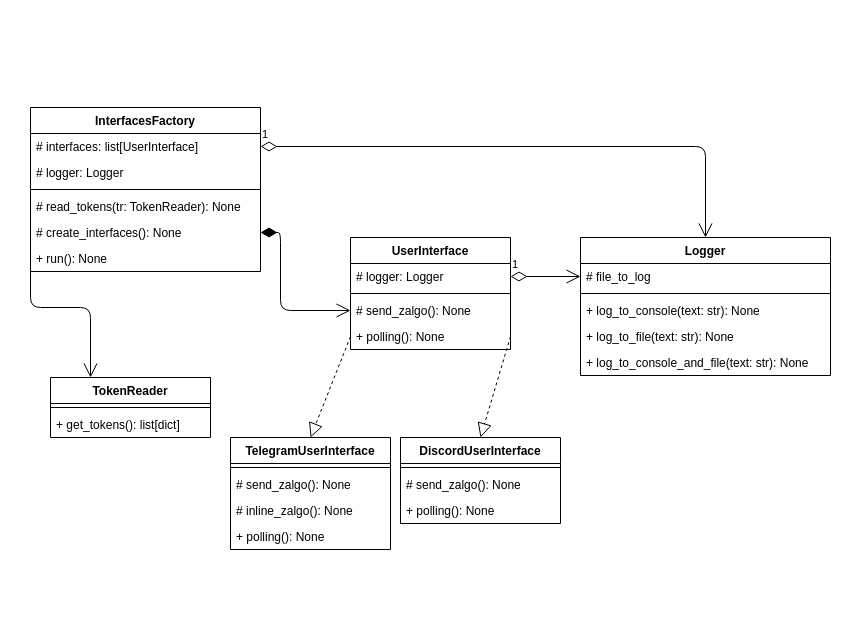
This is modeling.drawio from artm04/zalgo-bots, a draw.io file, before an edit. Source tidied: cells renumbered, new cells numbered last; positions are measured from the earlier drawing's top-left corner, leaving out a move shared by most shapes. Both pictures are drawn from the tidied source at 100%, with x=0, y=0 at pixel (30, 107).
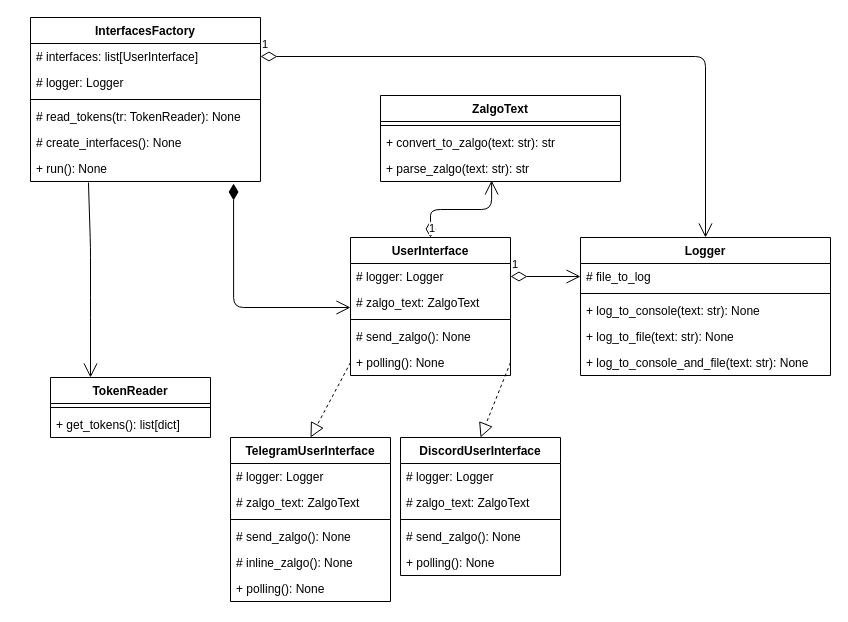
Above is the later version.

Commit message:
Added ZalgoText to modelling

Unchanged cells that the change refers to:
```xml
<mxCell id="7" value="# create_interfaces(): None" style="text;strokeColor=none;fillColor=none;align=left;verticalAlign=top;spacingLeft=4;spacingRight=4;overflow=hidden;points=[[0,0.5],[1,0.5]];portConstraint=eastwest;" parent="2" vertex="1">
  <mxGeometry y="112" width="230" height="26" as="geometry" />
</mxCell>
<mxCell id="8" value="+ run(): None" style="text;strokeColor=none;fillColor=none;align=left;verticalAlign=top;spacingLeft=4;spacingRight=4;overflow=hidden;points=[[0,0.5],[1,0.5]];portConstraint=eastwest;" parent="2" vertex="1">
  <mxGeometry y="138" width="230" height="26" as="geometry" />
</mxCell>
<mxCell id="29" value="TokenReader" style="swimlane;fontStyle=1;align=center;verticalAlign=top;horizontal=1;startSize=26;" parent="1" vertex="1">
  <mxGeometry x="20" y="270" width="160" height="60" as="geometry" />
</mxCell>
```

What changed in the source:
```diff
@@
     <mxCell id="2" value="InterfacesFactory" style="swimlane;fontStyle=1;align=center;verticalAlign=top;horizontal=1;startSize=26;" parent="1" vertex="1">
-      <mxGeometry width="230" height="164" as="geometry" />
+      <mxGeometry y="-90" width="230" height="164" as="geometry" />
     </mxCell>
@@
     <mxCell id="9" value="UserInterface" style="swimlane;fontStyle=1;align=center;verticalAlign=top;horizontal=1;startSize=26;" parent="1" vertex="1">
-      <mxGeometry x="320" y="130" width="160" height="112" as="geometry" />
+      <mxGeometry x="320" y="130" width="160" height="138" as="geometry" />
     </mxCell>
@@
+    <mxCell id="38" value="# zalgo_text: ZalgoText" style="text;strokeColor=none;fillColor=none;align=left;verticalAlign=top;spacingLeft=4;spacingRight=4;overflow=hidden;" parent="9" vertex="1">
+      <mxGeometry y="52" width="160" height="26" as="geometry" />
+    </mxCell>
     <mxCell id="11" style="line;strokeWidth=1;fillColor=none;align=left;verticalAlign=middle;spacingTop=-1;spacingLeft=3;spacingRight=3;labelPosition=right;" parent="9" vertex="1">
-      <mxGeometry y="52" width="160" height="8" as="geometry" />
+      <mxGeometry y="78" width="160" height="8" as="geometry" />
     </mxCell>
     <mxCell id="12" value="# send_zalgo(): None" style="text;strokeColor=none;fillColor=none;align=left;verticalAlign=top;spacingLeft=4;spacingRight=4;overflow=hidden;points=[[0,0.5],[1,0.5]];portConstraint=eastwest;" parent="9" vertex="1">
-      <mxGeometry y="60" width="160" height="26" as="geometry" />
+      <mxGeometry y="86" width="160" height="26" as="geometry" />
     </mxCell>
     <mxCell id="13" value="+ polling(): None" style="text;strokeColor=none;fillColor=none;align=left;verticalAlign=top;spacingLeft=4;spacingRight=4;overflow=hidden;points=[[0,0.5],[1,0.5]];portConstraint=eastwest;" parent="9" vertex="1">
-      <mxGeometry y="86" width="160" height="26" as="geometry" />
+      <mxGeometry y="112" width="160" height="26" as="geometry" />
     </mxCell>
     <mxCell id="14" value="TelegramUserInterface" style="swimlane;fontStyle=1;align=center;verticalAlign=top;horizontal=1;startSize=26;" parent="1" vertex="1">
-      <mxGeometry x="200" y="330" width="160" height="112" as="geometry" />
+      <mxGeometry x="200" y="330" width="160" height="164" as="geometry" />
     </mxCell>
+    <mxCell id="39" value="# logger: Logger" style="text;strokeColor=none;fillColor=none;align=left;verticalAlign=top;spacingLeft=4;spacingRight=4;overflow=hidden;" parent="14" vertex="1">
+      <mxGeometry y="26" width="160" height="26" as="geometry" />
+    </mxCell>
+    <mxCell id="40" value="# zalgo_text: ZalgoText" style="text;strokeColor=none;fillColor=none;align=left;verticalAlign=top;spacingLeft=4;spacingRight=4;overflow=hidden;" parent="14" vertex="1">
+      <mxGeometry y="52" width="160" height="26" as="geometry" />
+    </mxCell>
     <mxCell id="15" style="line;strokeWidth=1;fillColor=none;align=left;verticalAlign=middle;spacingTop=-1;spacingLeft=3;spacingRight=3;labelPosition=right;" parent="14" vertex="1">
-      <mxGeometry y="26" width="160" height="8" as="geometry" />
+      <mxGeometry y="78" width="160" height="8" as="geometry" />
     </mxCell>
     <mxCell id="16" value="# send_zalgo(): None" style="text;strokeColor=none;fillColor=none;align=left;verticalAlign=top;spacingLeft=4;spacingRight=4;overflow=hidden;" parent="14" vertex="1">
-      <mxGeometry y="34" width="160" height="26" as="geometry" />
+      <mxGeometry y="86" width="160" height="26" as="geometry" />
     </mxCell>
     <mxCell id="17" value="# inline_zalgo(): None" style="text;strokeColor=none;fillColor=none;align=left;verticalAlign=top;spacingLeft=4;spacingRight=4;overflow=hidden;" parent="14" vertex="1">
-      <mxGeometry y="60" width="160" height="26" as="geometry" />
+      <mxGeometry y="112" width="160" height="26" as="geometry" />
     </mxCell>
     <mxCell id="18" value="+ polling(): None" style="text;strokeColor=none;fillColor=none;align=left;verticalAlign=top;spacingLeft=4;spacingRight=4;overflow=hidden;" parent="14" vertex="1">
-      <mxGeometry y="86" width="160" height="26" as="geometry" />
+      <mxGeometry y="138" width="160" height="26" as="geometry" />
     </mxCell>
     <mxCell id="19" value="DiscordUserInterface" style="swimlane;fontStyle=1;align=center;verticalAlign=top;horizontal=1;startSize=26;" parent="1" vertex="1">
-      <mxGeometry x="370" y="330" width="160" height="86" as="geometry" />
+      <mxGeometry x="370" y="330" width="160" height="138" as="geometry" />
     </mxCell>
+    <mxCell id="41" value="# logger: Logger" style="text;strokeColor=none;fillColor=none;align=left;verticalAlign=top;spacingLeft=4;spacingRight=4;overflow=hidden;" parent="19" vertex="1">
+      <mxGeometry y="26" width="160" height="26" as="geometry" />
+    </mxCell>
+    <mxCell id="42" value="# zalgo_text: ZalgoText" style="text;strokeColor=none;fillColor=none;align=left;verticalAlign=top;spacingLeft=4;spacingRight=4;overflow=hidden;" parent="19" vertex="1">
+      <mxGeometry y="52" width="160" height="26" as="geometry" />
+    </mxCell>
     <mxCell id="20" style="line;strokeWidth=1;fillColor=none;align=left;verticalAlign=middle;spacingTop=-1;spacingLeft=3;spacingRight=3;labelPosition=right;" parent="19" vertex="1">
-      <mxGeometry y="26" width="160" height="8" as="geometry" />
+      <mxGeometry y="78" width="160" height="8" as="geometry" />
     </mxCell>
     <mxCell id="21" value="# send_zalgo(): None" style="text;strokeColor=none;fillColor=none;align=left;verticalAlign=top;spacingLeft=4;spacingRight=4;overflow=hidden;" parent="19" vertex="1">
-      <mxGeometry y="34" width="160" height="26" as="geometry" />
+      <mxGeometry y="86" width="160" height="26" as="geometry" />
     </mxCell>
     <mxCell id="22" value="+ polling(): None" style="text;strokeColor=none;fillColor=none;align=left;verticalAlign=top;spacingLeft=4;spacingRight=4;overflow=hidden;" parent="19" vertex="1">
-      <mxGeometry y="60" width="160" height="26" as="geometry" />
+      <mxGeometry y="112" width="160" height="26" as="geometry" />
     </mxCell>
@@
-    <mxCell id="33" style="endArrow=open;html=1;endSize=12;startArrow=diamondThin;startSize=14;startFill=1;edgeStyle=orthogonalEdgeStyle;align=left;verticalAlign=bottom;entryX=0;entryY=0.5;entryDx=0;entryDy=0;exitX=1;exitY=0.5;exitDx=0;exitDy=0;" parent="1" edge="1" source="7" target="12">
+    <mxCell id="33" style="endArrow=open;html=1;endSize=12;startArrow=diamondThin;startSize=14;startFill=1;edgeStyle=orthogonalEdgeStyle;align=left;verticalAlign=bottom;exitX=0.883;exitY=1.077;exitDx=0;exitDy=0;exitPerimeter=0;" parent="1" edge="1" source="8">
       <mxGeometry x="0.2" y="53" relative="1" as="geometry">
+        <mxPoint x="320" y="200" as="targetPoint" />
         <Array as="points">
-          <mxPoint x="250" y="125" />
-          <mxPoint x="250" y="203" />
+          <mxPoint x="203" y="200" />
+          <mxPoint x="320" y="200" />
         </Array>
       </mxGeometry>
     </mxCell>
-    <mxCell id="34" style="endArrow=open;endFill=1;endSize=12;html=1;entryX=0.25;entryY=0;entryDx=0;entryDy=0;exitX=0;exitY=0.5;exitDx=0;exitDy=0;" parent="1" edge="1" source="7" target="29">
+    <mxCell id="34" style="endArrow=open;endFill=1;endSize=12;html=1;entryX=0.25;entryY=0;entryDx=0;entryDy=0;exitX=0.252;exitY=1.038;exitDx=0;exitDy=0;exitPerimeter=0;" parent="1" edge="1" source="8" target="29">
       <mxGeometry relative="1" as="geometry">
         <Array as="points">
-          <mxPoint y="200" />
+          <mxPoint x="60" y="140" />
           <mxPoint x="60" y="200" />
         </Array>
       </mxGeometry>
     </mxCell>
@@
+    <mxCell id="43" value="ZalgoText" style="swimlane;fontStyle=1;align=center;verticalAlign=top;horizontal=1;startSize=26;" parent="1" vertex="1">
+      <mxGeometry x="350" y="-12" width="240" height="86" as="geometry" />
+    </mxCell>
+    <mxCell id="44" style="line;strokeWidth=1;fillColor=none;align=left;verticalAlign=middle;spacingTop=-1;spacingLeft=3;spacingRight=3;labelPosition=right;" parent="43" vertex="1">
+      <mxGeometry y="26" width="240" height="8" as="geometry" />
+    </mxCell>
+    <mxCell id="45" value="+ convert_to_zalgo(text: str): str" style="text;strokeColor=none;fillColor=none;align=left;verticalAlign=top;spacingLeft=4;spacingRight=4;overflow=hidden;" parent="43" vertex="1">
+      <mxGeometry y="34" width="240" height="26" as="geometry" />
+    </mxCell>
+    <mxCell id="46" value="+ parse_zalgo(text: str): str" style="text;strokeColor=none;fillColor=none;align=left;verticalAlign=top;spacingLeft=4;spacingRight=4;overflow=hidden;points=[[0,0.5],[1,0.5]];portConstraint=eastwest;" parent="43" vertex="1">
+      <mxGeometry y="60" width="240" height="26" as="geometry" />
+    </mxCell>
+    <mxCell id="47" value="1" style="endArrow=open;html=1;endSize=12;startArrow=diamondThin;startSize=14;startFill=0;edgeStyle=orthogonalEdgeStyle;align=left;verticalAlign=bottom;exitX=0.5;exitY=0;exitDx=0;exitDy=0;entryX=0.463;entryY=0.962;entryDx=0;entryDy=0;entryPerimeter=0;" parent="1" edge="1" source="9" target="46">
+      <mxGeometry x="-1" y="3" relative="1" as="geometry" />
+    </mxCell>
```
